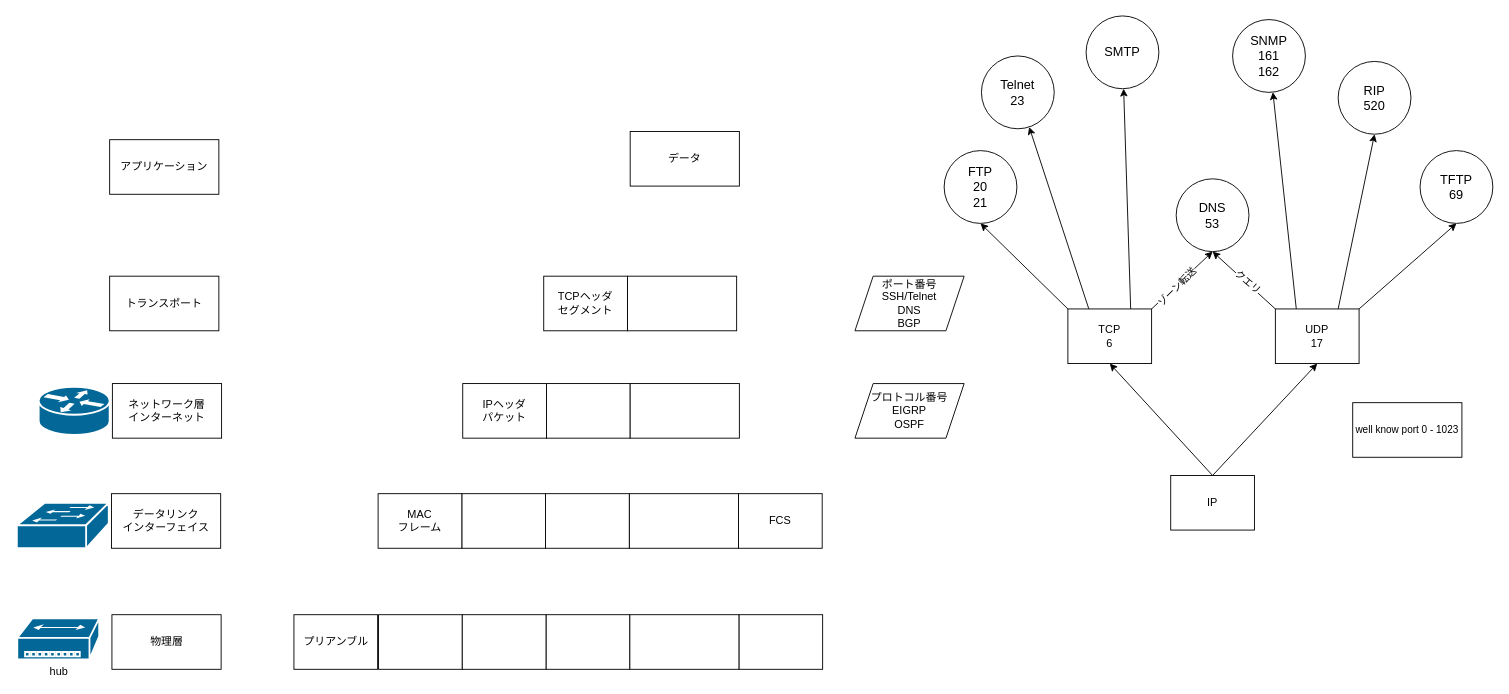
This is カプセル化（フレーミング）.drawio from kyforprogram/ccna, a draw.io file, before an edit. Source tidied: cells renumbered, new cells numbered last; positions are measured from the earlier drawing's top-left corner, leaving out a move shared by most shapes. Both pictures are drawn from the tidied source at 91%, with x=0, y=0 at pixel (16, 15).
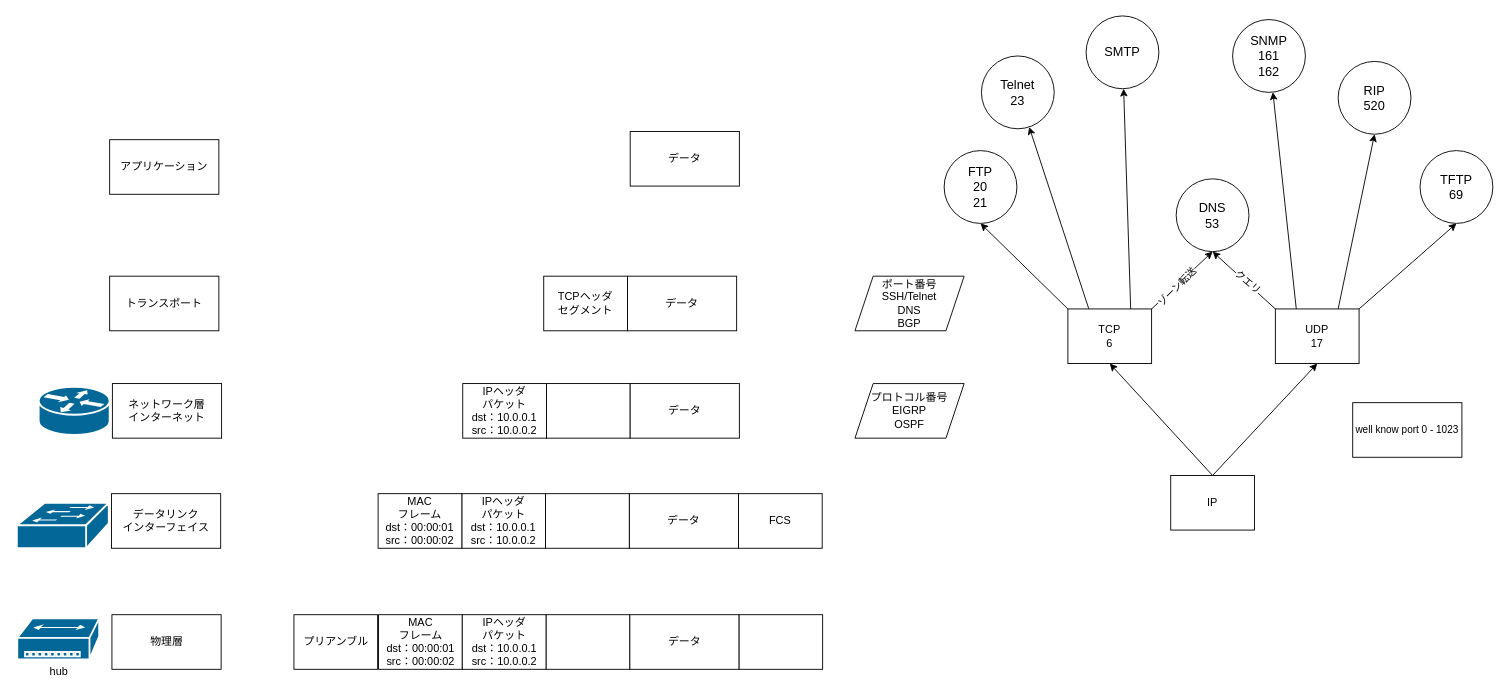
After the change.

Commit message:
カプセル化（フレーミング）.drawio を更新します

The edit, as a diff of the source:
```diff
@@
-    <mxCell id="3" style="whiteSpace=wrap;html=1;" parent="1" vertex="1">
+    <mxCell id="3" value="データ" style="whiteSpace=wrap;html=1;" parent="1" vertex="1">
       <mxGeometry x="671" y="286" width="120" height="60" as="geometry" />
     </mxCell>
@@
-    <mxCell id="6" style="whiteSpace=wrap;html=1;" parent="1" vertex="1">
+    <mxCell id="6" value="データ" style="whiteSpace=wrap;html=1;" parent="1" vertex="1">
       <mxGeometry x="674" y="404" width="120" height="60" as="geometry" />
     </mxCell>
-    <mxCell id="7" value="IPヘッダ&lt;br&gt;パケット" style="whiteSpace=wrap;html=1;" parent="1" vertex="1">
+    <mxCell id="7" value="IPヘッダ&lt;br&gt;パケット&lt;div&gt;&lt;span style=&quot;background-color: initial;&quot;&gt;dst：10.0.0.1&lt;/span&gt;&lt;div&gt;src：10.0.0.2&lt;/div&gt;&lt;/div&gt;" style="whiteSpace=wrap;html=1;" parent="1" vertex="1">
       <mxGeometry x="490" y="404" width="92" height="60" as="geometry" />
     </mxCell>
-    <mxCell id="8" style="whiteSpace=wrap;html=1;" parent="1" vertex="1">
+    <mxCell id="8" value="データ" style="whiteSpace=wrap;html=1;" parent="1" vertex="1">
       <mxGeometry x="673" y="525" width="120" height="60" as="geometry" />
     </mxCell>
@@
-    <mxCell id="10" style="whiteSpace=wrap;html=1;" parent="1" vertex="1">
+    <mxCell id="10" value="IPヘッダ&lt;br&gt;パケット&lt;div&gt;&lt;span style=&quot;background-color: initial;&quot;&gt;dst：10.0.0.1&lt;/span&gt;&lt;div&gt;src：10.0.0.2&lt;/div&gt;&lt;/div&gt;" style="whiteSpace=wrap;html=1;" parent="1" vertex="1">
       <mxGeometry x="489" y="525" width="92" height="60" as="geometry" />
     </mxCell>
@@
-    <mxCell id="18" value="MAC&lt;br&gt;フレーム" style="whiteSpace=wrap;html=1;" parent="1" vertex="1">
+    <mxCell id="18" value="MAC&lt;br&gt;フレーム&lt;div&gt;dst：00:00:01&lt;/div&gt;&lt;div&gt;src：00:00:02&lt;/div&gt;" style="whiteSpace=wrap;html=1;" parent="1" vertex="1">
       <mxGeometry x="397" y="525" width="92" height="60" as="geometry" />
     </mxCell>
@@
-    <mxCell id="21" style="whiteSpace=wrap;html=1;" parent="1" vertex="1">
+    <mxCell id="21" value="MAC&lt;br&gt;フレーム&lt;div&gt;dst：00:00:01&lt;/div&gt;&lt;div&gt;src：00:00:02&lt;/div&gt;" style="whiteSpace=wrap;html=1;" parent="1" vertex="1">
       <mxGeometry x="397.5" y="658" width="92" height="60" as="geometry" />
     </mxCell>
-    <mxCell id="22" style="whiteSpace=wrap;html=1;" parent="1" vertex="1">
+    <mxCell id="22" value="データ" style="whiteSpace=wrap;html=1;" parent="1" vertex="1">
       <mxGeometry x="673.5" y="658" width="120" height="60" as="geometry" />
     </mxCell>
@@
-    <mxCell id="24" style="whiteSpace=wrap;html=1;" parent="1" vertex="1">
+    <mxCell id="24" value="IPヘッダ&lt;br&gt;パケット&lt;div&gt;&lt;span style=&quot;background-color: initial;&quot;&gt;dst：10.0.0.1&lt;/span&gt;&lt;div&gt;src：10.0.0.2&lt;/div&gt;&lt;/div&gt;" style="whiteSpace=wrap;html=1;" parent="1" vertex="1">
       <mxGeometry x="489.5" y="658" width="92" height="60" as="geometry" />
     </mxCell>
```
